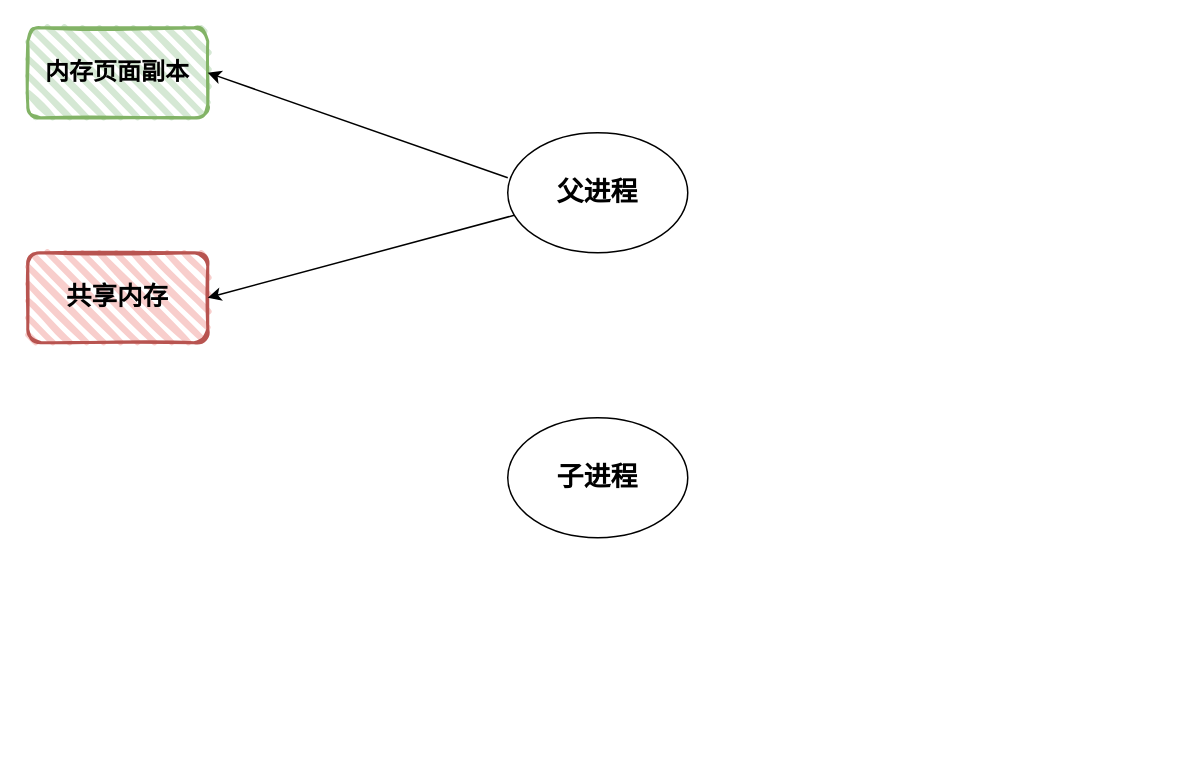
Before: img-folder/Diagram.drawio in Tiannia/intro_to_ai, a draw.io diagram. Source tidied: cells renumbered, new cells numbered last; positions are measured from the earlier drawing's top-left corner, leaving out a move shared by most shapes. Both pictures are drawn from the tidied source at 150%, with x=0, y=0 at pixel (27, 27).
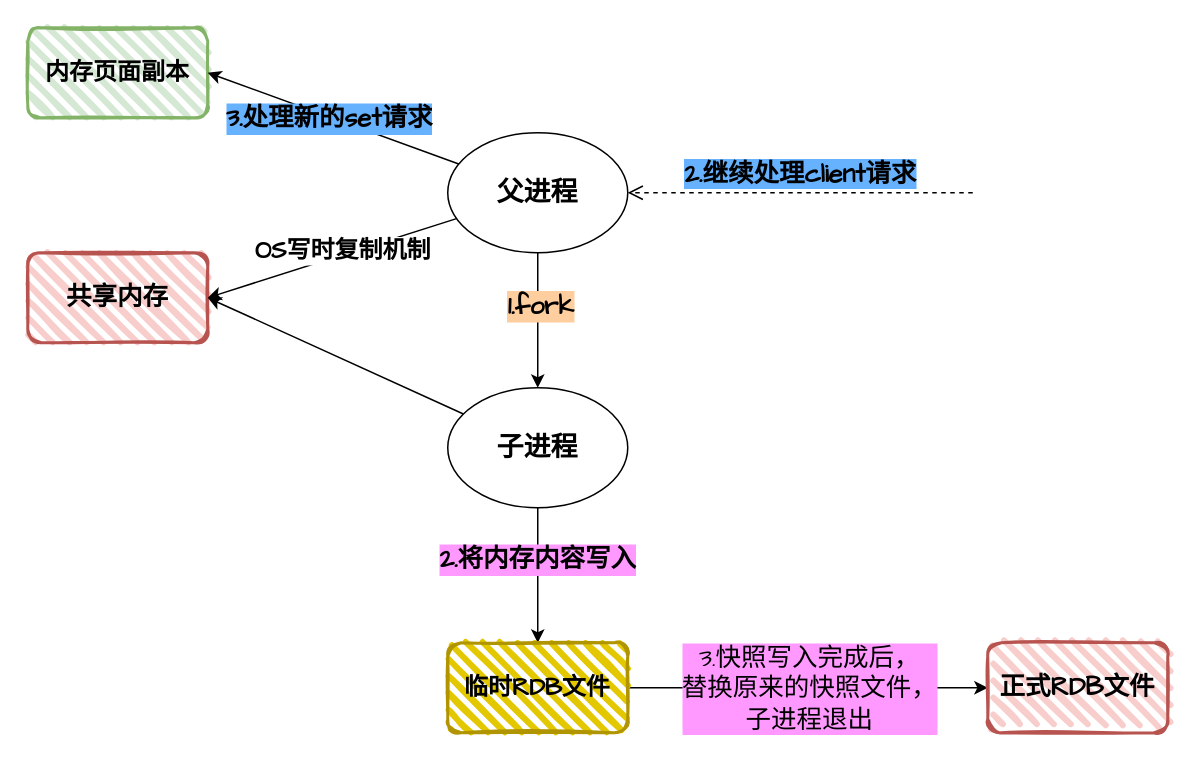
Above is the later version.

The change refers to these unchanged cells:
```xml
<mxCell id="3" value="&lt;p&gt;&lt;font style=&quot;font-size: 16px&quot; face=&quot;Comic Sans MS&quot;&gt;&lt;b&gt;内存页面副本&lt;/b&gt;&lt;/font&gt;&lt;/p&gt;" style="rounded=1;whiteSpace=wrap;html=1;strokeWidth=2;fillWeight=4;hachureGap=8;hachureAngle=45;fillColor=#d5e8d4;sketch=1;strokeColor=#82b366;" parent="1" vertex="1">
  <mxGeometry width="120" height="60" as="geometry" />
</mxCell>
<mxCell id="4" value="&lt;font style=&quot;font-size: 17px&quot;&gt;&lt;b&gt;共享内存&lt;/b&gt;&lt;/font&gt;" style="rounded=1;whiteSpace=wrap;html=1;strokeWidth=2;fillWeight=4;hachureGap=8;hachureAngle=45;fillColor=#f8cecc;sketch=1;strokeColor=#b85450;fontFamily=Comic Sans MS;" parent="1" vertex="1">
  <mxGeometry y="150" width="120" height="60" as="geometry" />
</mxCell>
<mxCell id="7" style="endArrow=classic;html=1;fontFamily=Comic Sans MS;entryX=1;entryY=0.5;entryDx=0;entryDy=0;" parent="1" edge="1" source="2" target="4">
  <mxGeometry relative="1" as="geometry" />
</mxCell>
```

Change to the diagram source:
```diff
@@
+    <mxCell id="8" style="edgeStyle=orthogonalEdgeStyle;rounded=0;jettySize=auto;html=1;exitX=0.5;exitY=1;exitDx=0;exitDy=0;fontFamily=Comic Sans MS;fontSize=14;" parent="1" edge="1" source="2" target="5">
+      <mxGeometry relative="1" as="geometry" />
+    </mxCell>
+    <mxCell id="9" value="1.fork" style="edgeLabel;html=1;align=center;verticalAlign=middle;fontSize=17;fontFamily=Comic Sans MS;fontStyle=1;labelBackgroundColor=#FFCE9F;" parent="8" vertex="1">
+      <mxGeometry x="-0.22" y="1" relative="1" as="geometry" />
+    </mxCell>
     <mxCell id="2" value="&lt;font style=&quot;font-size: 18px&quot;&gt;&lt;b&gt;父进程&lt;/b&gt;&lt;/font&gt;" style="ellipse;whiteSpace=wrap;html=1;fontFamily=Comic Sans MS;" parent="1" vertex="1">
-      <mxGeometry x="320" y="70" width="120" height="80" as="geometry" />
+      <mxGeometry x="280" y="70" width="120" height="80" as="geometry" />
     </mxCell>
@@
+    <mxCell id="10" style="edgeStyle=orthogonalEdgeStyle;rounded=0;jettySize=auto;html=1;exitX=0.5;exitY=1;exitDx=0;exitDy=0;entryX=0.5;entryY=0;entryDx=0;entryDy=0;fontFamily=Comic Sans MS;fontSize=17;" parent="1" edge="1" source="5" target="19">
+      <mxGeometry relative="1" as="geometry" />
+    </mxCell>
+    <mxCell id="11" value="2.将内存内容写入" style="edgeLabel;html=1;align=center;verticalAlign=middle;fontSize=17;fontFamily=Comic Sans MS;fontStyle=1;labelBackgroundColor=#FF99FF;" parent="10" vertex="1">
+      <mxGeometry x="-0.24" y="-1" relative="1" as="geometry" />
+    </mxCell>
     <mxCell id="5" value="&lt;font style=&quot;font-size: 18px&quot;&gt;&lt;b&gt;子进程&lt;/b&gt;&lt;/font&gt;" style="ellipse;whiteSpace=wrap;html=1;fontFamily=Comic Sans MS;" parent="1" vertex="1">
-      <mxGeometry x="320" y="260" width="120" height="80" as="geometry" />
+      <mxGeometry x="280" y="240" width="120" height="80" as="geometry" />
     </mxCell>
-    <mxCell id="6" style="endArrow=classic;html=1;fontFamily=Comic Sans MS;entryX=1;entryY=0.5;entryDx=0;entryDy=0;" parent="1" edge="1" target="3">
-      <mxGeometry relative="1" as="geometry">
-        <mxPoint x="320" y="100" as="sourcePoint" />
-      </mxGeometry>
-    </mxCell>
@@
+    <mxCell id="12" value="OS写时复制机制" style="edgeLabel;html=1;align=center;verticalAlign=middle;fontFamily=Comic Sans MS;fontStyle=1;fontSize=16;" parent="7" vertex="1">
+      <mxGeometry x="-0.17" y="-1" relative="1" as="geometry">
+        <mxPoint x="-7" as="offset" />
+      </mxGeometry>
+    </mxCell>
+    <mxCell id="13" style="endArrow=classic;html=1;fontFamily=Comic Sans MS;entryX=1;entryY=0.5;entryDx=0;entryDy=0;" parent="1" edge="1" source="2" target="3">
+      <mxGeometry relative="1" as="geometry" />
+    </mxCell>
+    <mxCell id="14" value="3.处理新的set请求" style="edgeLabel;html=1;align=center;verticalAlign=middle;fontSize=17;fontFamily=Comic Sans MS;fontStyle=1;labelBackgroundColor=#66B2FF;" parent="13" vertex="1">
+      <mxGeometry x="0.28" y="-3" relative="1" as="geometry">
+        <mxPoint x="19" y="11" as="offset" />
+      </mxGeometry>
+    </mxCell>
+    <mxCell id="15" style="endArrow=classic;html=1;fontFamily=Comic Sans MS;fontSize=14;entryX=1;entryY=0.5;entryDx=0;entryDy=0;" parent="1" edge="1" source="5" target="4">
+      <mxGeometry relative="1" as="geometry" />
+    </mxCell>
+    <mxCell id="16" value="2.继续处理client请求" style="html=1;verticalAlign=bottom;endArrow=open;dashed=1;endSize=8;fontFamily=Comic Sans MS;fontSize=17;entryX=1;entryY=0.5;entryDx=0;entryDy=0;fontStyle=1;labelBackgroundColor=#66B2FF;" parent="1" edge="1" target="2">
+      <mxGeometry relative="1" as="geometry">
+        <mxPoint x="630" y="110" as="sourcePoint" />
+      </mxGeometry>
+    </mxCell>
+    <mxCell id="17" style="edgeStyle=orthogonalEdgeStyle;rounded=0;jettySize=auto;html=1;exitX=1;exitY=0.5;exitDx=0;exitDy=0;fontFamily=Comic Sans MS;fontSize=17;entryX=0;entryY=0.5;entryDx=0;entryDy=0;" parent="1" edge="1" source="19" target="20">
+      <mxGeometry relative="1" as="geometry" />
+    </mxCell>
+    <mxCell id="18" value="3.快照写入完成后，&lt;br&gt;替换原来的快照文件，&lt;br&gt;子进程退出" style="edgeLabel;html=1;align=center;verticalAlign=middle;fontSize=17;fontFamily=Comic Sans MS;labelBackgroundColor=#FF99FF;" parent="17" vertex="1">
+      <mxGeometry x="-0.21" y="1" relative="1" as="geometry">
+        <mxPoint x="25" y="1" as="offset" />
+      </mxGeometry>
+    </mxCell>
+    <mxCell id="19" value="&lt;p&gt;&lt;font style=&quot;font-size: 16px&quot; face=&quot;Comic Sans MS&quot;&gt;&lt;b&gt;临时RDB文件&lt;/b&gt;&lt;/font&gt;&lt;/p&gt;" style="rounded=1;whiteSpace=wrap;html=1;strokeWidth=2;fillWeight=4;hachureGap=8;hachureAngle=45;fillColor=#e3c800;sketch=1;strokeColor=#B09500;fontColor=#000000;" parent="1" vertex="1">
+      <mxGeometry x="280" y="410" width="120" height="60" as="geometry" />
+    </mxCell>
+    <mxCell id="20" value="&lt;font style=&quot;font-size: 17px&quot;&gt;&lt;b&gt;正式RDB文件&lt;/b&gt;&lt;/font&gt;" style="rounded=1;whiteSpace=wrap;html=1;strokeWidth=2;fillWeight=4;hachureGap=8;hachureAngle=45;fillColor=#f8cecc;sketch=1;strokeColor=#b85450;fontFamily=Comic Sans MS;" parent="1" vertex="1">
+      <mxGeometry x="640" y="410" width="120" height="60" as="geometry" />
+    </mxCell>
```
